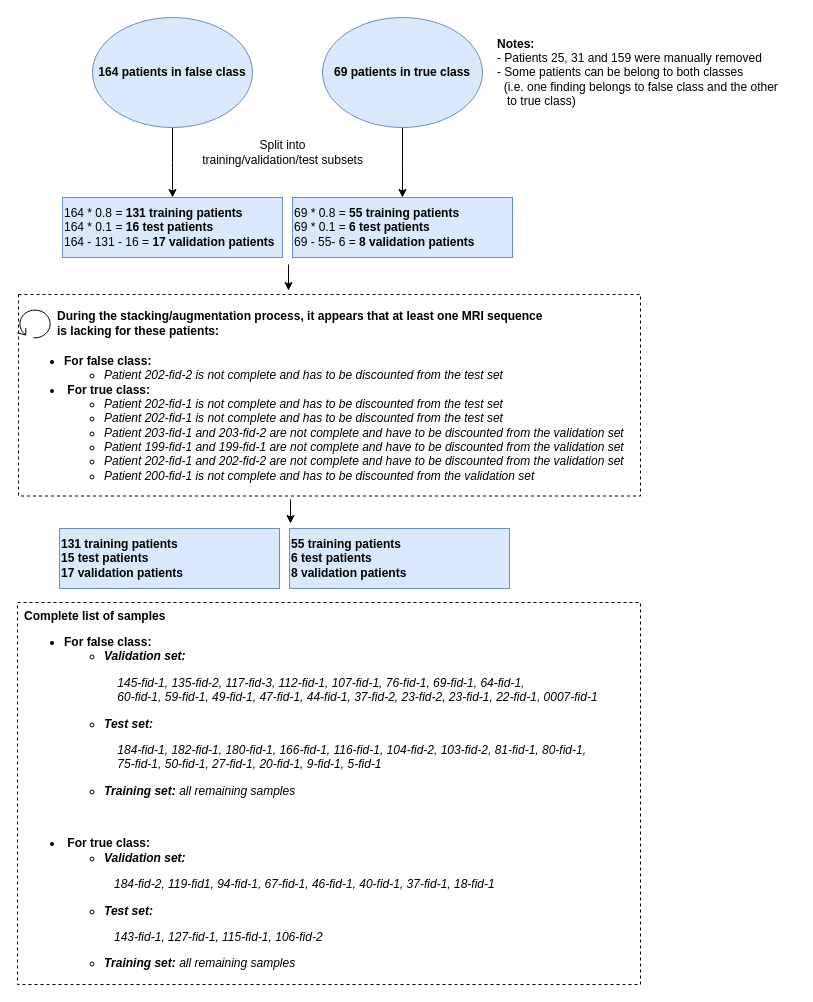
Before: Common/drawIo/paper_reproduction_split.drawio in clementju-jobinjo/thesis_template, a draw.io diagram. Source tidied: cells renumbered, new cells numbered last; positions are measured from the earlier drawing's top-left corner, leaving out a move shared by most shapes. Both pictures are drawn from the tidied source at 100%, with x=0, y=0 at pixel (17, 17).
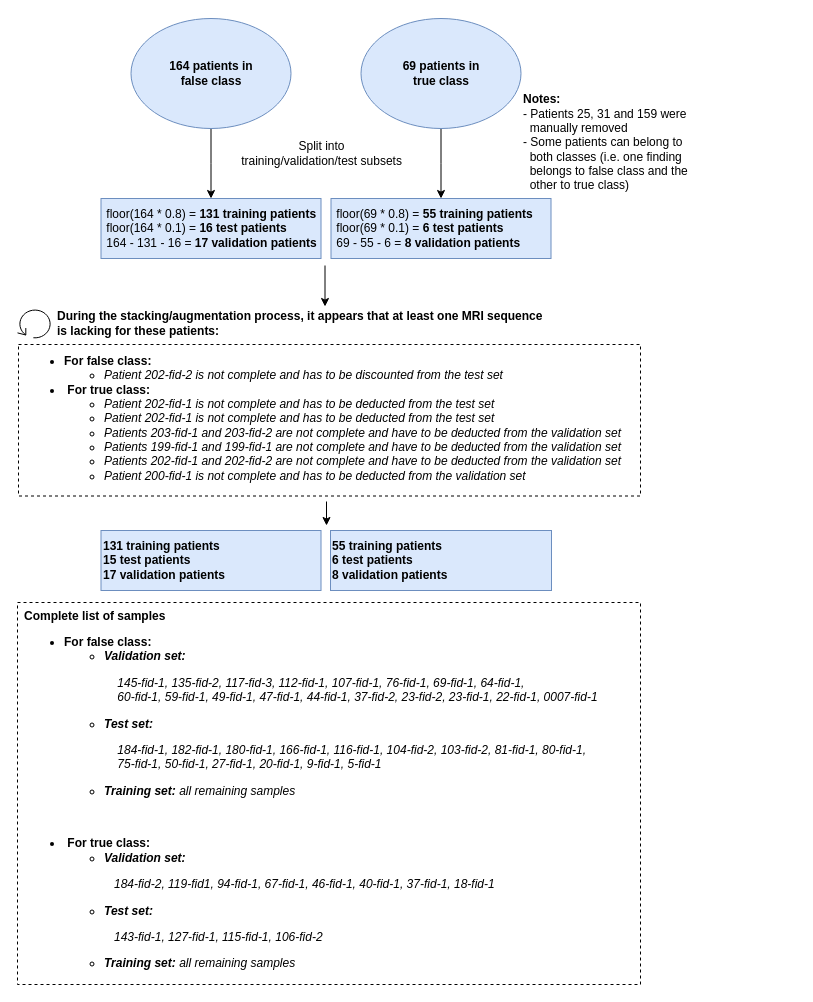
The same page after the edit.

Commit message (it also covers changes not shown here):
Julien and Johan: patient split figure + global performance + minors

Change to the diagram source:
```diff
@@
     <mxCell id="2" style="edgeStyle=orthogonalEdgeStyle;rounded=0;jettySize=auto;html=1;exitX=0.5;exitY=1;exitDx=0;exitDy=0;" parent="1" edge="1" source="3">
       <mxGeometry relative="1" as="geometry">
-        <mxPoint x="155" y="180" as="targetPoint" />
+        <mxPoint x="193.5" y="181" as="targetPoint" />
       </mxGeometry>
     </mxCell>
-    <mxCell id="3" value="&lt;b&gt;164 patients in false class&lt;/b&gt;" style="ellipse;whiteSpace=wrap;html=1;fillColor=#dae8fc;strokeColor=#6c8ebf;" parent="1" vertex="1">
-      <mxGeometry x="75" width="160" height="110" as="geometry" />
+    <mxCell id="3" value="&lt;b&gt;164 patients in &lt;br&gt;false class&lt;/b&gt;" style="ellipse;whiteSpace=wrap;html=1;fillColor=#dae8fc;strokeColor=#6c8ebf;" parent="1" vertex="1">
+      <mxGeometry x="113.5" y="1" width="160" height="110" as="geometry" />
     </mxCell>
     <mxCell id="4" style="edgeStyle=orthogonalEdgeStyle;rounded=0;jettySize=auto;html=1;exitX=0.5;exitY=1;exitDx=0;exitDy=0;" parent="1" edge="1" source="5">
       <mxGeometry relative="1" as="geometry">
-        <mxPoint x="385" y="180" as="targetPoint" />
+        <mxPoint x="423.5" y="181" as="targetPoint" />
       </mxGeometry>
     </mxCell>
-    <mxCell id="5" value="&lt;b&gt;69 patients in true class&lt;/b&gt;" style="ellipse;whiteSpace=wrap;html=1;fillColor=#dae8fc;strokeColor=#6c8ebf;" parent="1" vertex="1">
-      <mxGeometry x="305" width="160" height="110" as="geometry" />
+    <mxCell id="5" value="&lt;b&gt;69 patients in &lt;br&gt;true class&lt;/b&gt;" style="ellipse;whiteSpace=wrap;html=1;fillColor=#dae8fc;strokeColor=#6c8ebf;" parent="1" vertex="1">
+      <mxGeometry x="343.5" y="1" width="160" height="110" as="geometry" />
     </mxCell>
-    <mxCell id="6" value="&lt;div align=&quot;left&quot;&gt;&lt;b&gt;Notes: &lt;/b&gt;&lt;br&gt;&lt;/div&gt;&lt;div align=&quot;left&quot;&gt;- Patients 25, 31 and 159 were manually removed&lt;/div&gt;&lt;div align=&quot;left&quot;&gt;- Some patients can be belong to both classes&lt;/div&gt;&lt;div align=&quot;left&quot;&gt;&amp;nbsp; (i.e. one finding belongs to false class and the other&lt;/div&gt;&lt;div align=&quot;left&quot;&gt;&amp;nbsp;&amp;nbsp; to true class)&lt;br&gt;&lt;/div&gt;" style="text;html=1;align=left;verticalAlign=middle;" parent="1" vertex="1">
-      <mxGeometry x="478" y="15" width="300" height="80" as="geometry" />
+    <mxCell id="6" value="&lt;div align=&quot;left&quot;&gt;&lt;b&gt;Notes: &lt;/b&gt;&lt;br&gt;&lt;/div&gt;&lt;div align=&quot;left&quot;&gt;- Patients 25, 31 and 159 were&amp;nbsp;&lt;/div&gt;&lt;div align=&quot;left&quot;&gt;&amp;nbsp; manually removed&lt;/div&gt;&lt;div align=&quot;left&quot;&gt;- Some patients can belong to&amp;nbsp;&lt;/div&gt;&lt;div align=&quot;left&quot;&gt;&amp;nbsp; both classes&amp;nbsp;&lt;span&gt;(i.e. one finding&amp;nbsp;&lt;/span&gt;&lt;/div&gt;&lt;div align=&quot;left&quot;&gt;&lt;span&gt;&amp;nbsp; belongs to false class and the&amp;nbsp;&lt;/span&gt;&lt;/div&gt;&lt;div align=&quot;left&quot;&gt;&lt;span&gt;&amp;nbsp; other&amp;nbsp;&lt;/span&gt;&lt;span&gt;to true class)&lt;/span&gt;&lt;/div&gt;" style="text;html=1;align=left;verticalAlign=middle;" parent="1" vertex="1">
+      <mxGeometry x="503.5" y="74" width="178" height="102" as="geometry" />
     </mxCell>
     <mxCell id="7" value="&lt;div&gt;Split into &lt;br&gt;&lt;/div&gt;&lt;div&gt;training/validation/test subsets&lt;/div&gt;" style="text;html=1;align=center;verticalAlign=middle;" parent="1" vertex="1">
-      <mxGeometry x="175" y="120" width="180" height="30" as="geometry" />
+      <mxGeometry x="213.5" y="121" width="180" height="30" as="geometry" />
     </mxCell>
-    <mxCell id="8" value="&lt;div align=&quot;left&quot;&gt;&lt;br&gt;&lt;/div&gt;&lt;div align=&quot;left&quot;&gt;&lt;br&gt;&lt;/div&gt;&lt;div align=&quot;left&quot;&gt;164 * 0.8 = &lt;b&gt;131 training patients&lt;/b&gt;&lt;/div&gt;&lt;div align=&quot;left&quot;&gt;164 * 0.1 = &lt;b&gt;16 test patients&lt;/b&gt;&lt;/div&gt;&lt;div align=&quot;left&quot;&gt;164 - 131 - 16 = &lt;b&gt;17 validation patients&lt;/b&gt;&lt;br&gt;&lt;/div&gt;&lt;div align=&quot;left&quot;&gt;&lt;br&gt;&lt;br&gt;&lt;/div&gt;" style="rounded=0;whiteSpace=wrap;html=1;align=left;fillColor=#dae8fc;strokeColor=#6c8ebf;" parent="1" vertex="1">
-      <mxGeometry x="45" y="180" width="220" height="60" as="geometry" />
+    <mxCell id="8" value="&lt;div align=&quot;left&quot;&gt;&lt;br&gt;&lt;/div&gt;&lt;div align=&quot;left&quot;&gt;&lt;br&gt;&lt;/div&gt;&lt;div align=&quot;left&quot;&gt;&amp;nbsp;floor(164 * 0.8) = &lt;b&gt;131 training patients&lt;/b&gt;&lt;/div&gt;&amp;nbsp;floor(&lt;span&gt;164 * 0.1) = &lt;/span&gt;&lt;b&gt;16 test patients&lt;/b&gt;&lt;br&gt;&lt;div align=&quot;left&quot;&gt;&amp;nbsp;164 - 131 - 16 = &lt;b&gt;17 validation patients&lt;/b&gt;&lt;br&gt;&lt;/div&gt;&lt;div align=&quot;left&quot;&gt;&lt;br&gt;&lt;br&gt;&lt;/div&gt;" style="rounded=0;whiteSpace=wrap;html=1;align=left;fillColor=#dae8fc;strokeColor=#6c8ebf;" parent="1" vertex="1">
+      <mxGeometry x="83.5" y="181" width="220" height="60" as="geometry" />
     </mxCell>
-    <mxCell id="9" value="&lt;div align=&quot;left&quot;&gt;&lt;br&gt;&lt;/div&gt;&lt;div align=&quot;left&quot;&gt;&lt;br&gt;&lt;/div&gt;&lt;div align=&quot;left&quot;&gt;69 * 0.8 = &lt;b&gt;55 training patients&lt;/b&gt;&lt;/div&gt;&lt;div align=&quot;left&quot;&gt;69 * 0.1 = &lt;b&gt;6 test patients&lt;/b&gt;&lt;/div&gt;&lt;div align=&quot;left&quot;&gt;69 - 55- 6 = &lt;b&gt;8 validation patients&lt;/b&gt;&lt;br&gt;&lt;/div&gt;&lt;div align=&quot;left&quot;&gt;&lt;br&gt;&lt;br&gt;&lt;/div&gt;" style="rounded=0;whiteSpace=wrap;html=1;align=left;fillColor=#dae8fc;strokeColor=#6c8ebf;" parent="1" vertex="1">
-      <mxGeometry x="275" y="180" width="220" height="60" as="geometry" />
+    <mxCell id="9" value="&lt;div align=&quot;left&quot;&gt;&lt;br&gt;&lt;/div&gt;&lt;div align=&quot;left&quot;&gt;&lt;br&gt;&lt;/div&gt;&lt;div align=&quot;left&quot;&gt;&amp;nbsp;floor(69 * 0.8) = &lt;b&gt;55 training patients&lt;/b&gt;&lt;/div&gt;&lt;div align=&quot;left&quot;&gt;&amp;nbsp;floor(69 * 0.1) = &lt;b&gt;6 test patients&lt;/b&gt;&lt;/div&gt;&lt;div align=&quot;left&quot;&gt;&amp;nbsp;69 - 55 - 6 = &lt;b&gt;8 validation patients&lt;/b&gt;&lt;br&gt;&lt;/div&gt;&lt;div align=&quot;left&quot;&gt;&lt;br&gt;&lt;br&gt;&lt;/div&gt;" style="rounded=0;whiteSpace=wrap;html=1;align=left;fillColor=#dae8fc;strokeColor=#6c8ebf;" parent="1" vertex="1">
+      <mxGeometry x="313.5" y="181" width="220" height="60" as="geometry" />
     </mxCell>
@@
-    <mxCell id="12" value="&lt;div align=&quot;left&quot;&gt;&lt;ul&gt;&lt;li&gt;&lt;div&gt;&lt;b&gt;For false class:&lt;/b&gt;&lt;/div&gt;&lt;/li&gt;&lt;ul&gt;&lt;li&gt;&lt;i&gt;Patient 202-fid-2 is not complete and has to be discounted from the test set&lt;/i&gt;&lt;br&gt;&lt;/li&gt;&lt;/ul&gt;&lt;li&gt;&lt;div&gt;&lt;b&gt;&amp;nbsp;For true class:&lt;/b&gt;&lt;/div&gt;&lt;/li&gt;&lt;ul&gt;&lt;li&gt;&lt;i&gt;Patient 202-fid-1 is not complete and has to be discounted from the test set&lt;/i&gt;&lt;/li&gt;&lt;li&gt;&lt;i&gt;Patient 202-fid-1 is not complete and has to be discounted from the test set&lt;/i&gt;&lt;/li&gt;&lt;li&gt;&lt;div&gt;&lt;i&gt;Patient 203-fid-1 and 203-fid-2 are not complete and have to be discounted from the validation set&lt;/i&gt;&lt;/div&gt;&lt;/li&gt;&lt;li&gt;&lt;div&gt;&lt;i&gt;Patient 199-fid-1 and 199-fid-1 are not complete and have to be discounted from the validation set&lt;/i&gt;&lt;/div&gt;&lt;/li&gt;&lt;li&gt;&lt;div&gt;&lt;i&gt;Patient 202-fid-1 and 202-fid-2 are not complete and have to be discounted from the validation set&lt;/i&gt;&lt;/div&gt;&lt;/li&gt;&lt;li&gt;&lt;div&gt;&lt;i&gt;Patient 200-fid-1 is not complete and has to be discounted from the validation set&lt;/i&gt;&lt;br&gt;&lt;/div&gt;&lt;/li&gt;&lt;/ul&gt;&lt;/ul&gt;&lt;/div&gt;" style="text;html=1;align=left;verticalAlign=middle;" parent="1" vertex="1">
-      <mxGeometry x="5" y="321" width="630" height="160" as="geometry" />
+    <mxCell id="12" value="&lt;div align=&quot;left&quot;&gt;&lt;ul&gt;&lt;li&gt;&lt;div&gt;&lt;b&gt;For false class:&lt;/b&gt;&lt;/div&gt;&lt;/li&gt;&lt;ul&gt;&lt;li&gt;&lt;i&gt;Patient 202-fid-2 is not complete and has to be discounted from the test set&lt;/i&gt;&lt;br&gt;&lt;/li&gt;&lt;/ul&gt;&lt;li&gt;&lt;div&gt;&lt;b&gt;&amp;nbsp;For true class:&lt;/b&gt;&lt;/div&gt;&lt;/li&gt;&lt;ul&gt;&lt;li&gt;&lt;i&gt;Patient 202-fid-1 is not complete and has to be deducted from the test set&lt;/i&gt;&lt;/li&gt;&lt;li&gt;&lt;i&gt;Patient 202-fid-1 is not complete and has to be deducted from the test set&lt;/i&gt;&lt;/li&gt;&lt;li&gt;&lt;div&gt;&lt;i&gt;Patients 203-fid-1 and 203-fid-2 are not complete and have to be deducted from the validation set&lt;/i&gt;&lt;/div&gt;&lt;/li&gt;&lt;li&gt;&lt;div&gt;&lt;i&gt;Patients 199-fid-1 and 199-fid-1 are not complete and have to be deducted from the validation set&lt;/i&gt;&lt;/div&gt;&lt;/li&gt;&lt;li&gt;&lt;div&gt;&lt;i&gt;Patients 202-fid-1 and 202-fid-2 are not complete and have to be deducted from the validation set&lt;/i&gt;&lt;/div&gt;&lt;/li&gt;&lt;li&gt;&lt;div&gt;&lt;i&gt;Patient 200-fid-1 is not complete and has to be deducted from the validation set&lt;/i&gt;&lt;br&gt;&lt;/div&gt;&lt;/li&gt;&lt;/ul&gt;&lt;/ul&gt;&lt;/div&gt;" style="text;html=1;align=left;verticalAlign=middle;" parent="1" vertex="1">
+      <mxGeometry x="5" y="324" width="607" height="154" as="geometry" />
     </mxCell>
-    <mxCell id="13" style="endArrow=classic;html=1;exitX=-0.018;exitY=1.117;exitDx=0;exitDy=0;exitPerimeter=0;" parent="1" edge="1" source="9">
+    <mxCell id="13" style="endArrow=classic;html=1;exitX=-0.018;exitY=1.117;exitDx=0;exitDy=0;exitPerimeter=0;" parent="1" edge="1">
       <mxGeometry relative="1" as="geometry">
-        <mxPoint x="271" y="273" as="targetPoint" />
+        <mxPoint x="307.5" y="248" as="sourcePoint" />
+        <mxPoint x="307.5" y="289" as="targetPoint" />
       </mxGeometry>
     </mxCell>
     <mxCell id="14" value="&lt;div align=&quot;left&quot;&gt;&lt;br&gt;&lt;/div&gt;&lt;div align=&quot;left&quot;&gt;&lt;br&gt;&lt;/div&gt;&lt;div align=&quot;left&quot;&gt;&lt;b&gt;131 training patients&lt;/b&gt;&lt;/div&gt;&lt;div align=&quot;left&quot;&gt;&lt;b&gt;15 test patients&lt;/b&gt;&lt;/div&gt;&lt;div align=&quot;left&quot;&gt;&lt;b&gt;17 validation patients&lt;/b&gt;&lt;br&gt;&lt;/div&gt;&lt;div align=&quot;left&quot;&gt;&lt;br&gt;&lt;br&gt;&lt;/div&gt;" style="rounded=0;whiteSpace=wrap;html=1;align=left;fillColor=#dae8fc;strokeColor=#6c8ebf;" parent="1" vertex="1">
-      <mxGeometry x="42" y="511" width="220" height="60" as="geometry" />
+      <mxGeometry x="83.5" y="513" width="220" height="60" as="geometry" />
     </mxCell>
     <mxCell id="15" value="&lt;div align=&quot;left&quot;&gt;&lt;br&gt;&lt;/div&gt;&lt;div align=&quot;left&quot;&gt;&lt;br&gt;&lt;/div&gt;&lt;div align=&quot;left&quot;&gt;&lt;b&gt;55 training patients&lt;/b&gt;&lt;/div&gt;&lt;div align=&quot;left&quot;&gt;&lt;b&gt;6 test patients&lt;/b&gt;&lt;/div&gt;&lt;div align=&quot;left&quot;&gt;&lt;b&gt;8 validation patients&lt;/b&gt;&lt;br&gt;&lt;/div&gt;&lt;div align=&quot;left&quot;&gt;&lt;br&gt;&lt;br&gt;&lt;/div&gt;" style="rounded=0;whiteSpace=wrap;html=1;align=left;fillColor=#dae8fc;strokeColor=#6c8ebf;" parent="1" vertex="1">
-      <mxGeometry x="272" y="511" width="220" height="60" as="geometry" />
+      <mxGeometry x="313" y="513" width="221" height="60" as="geometry" />
     </mxCell>
     <mxCell id="16" style="endArrow=classic;html=1;" parent="1" edge="1">
       <mxGeometry relative="1" as="geometry">
-        <mxPoint x="273" y="482" as="sourcePoint" />
-        <mxPoint x="273" y="506" as="targetPoint" />
+        <mxPoint x="309" y="484" as="sourcePoint" />
+        <mxPoint x="309" y="508" as="targetPoint" />
       </mxGeometry>
     </mxCell>
@@
     <mxCell id="19" style="rounded=0;whiteSpace=wrap;html=1;fillColor=none;gradientColor=none;fontColor=none;dashed=1;" parent="1" vertex="1">
-      <mxGeometry x="1" y="277" width="622" height="201.5" as="geometry" />
+      <mxGeometry x="1" y="327" width="622" height="151.5" as="geometry" />
     </mxCell>
```
